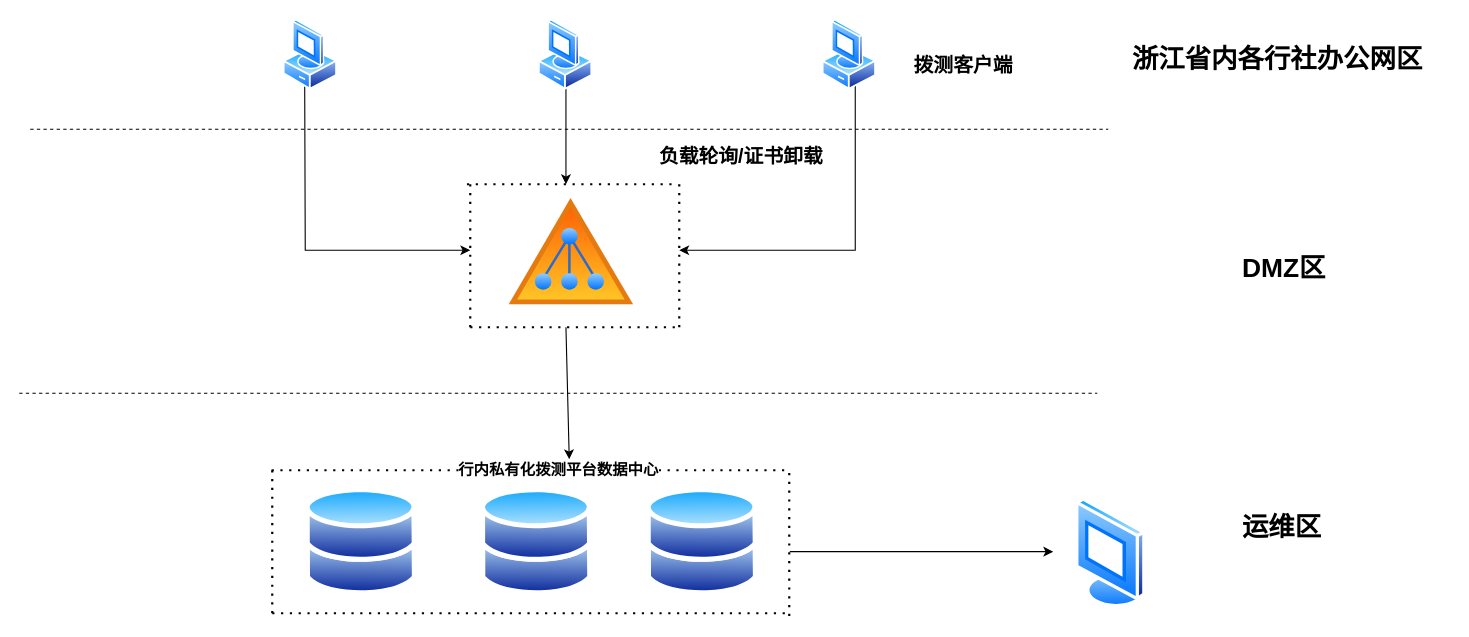
Earlier version of the draw.io diagram 未命名绘图.drawio (zeng0550/free-programming-books). Source tidied: cells renumbered, new cells numbered last; positions are measured from the earlier drawing's top-left corner, leaving out a move shared by most shapes. Both pictures are drawn from the tidied source at 110%, with x=0, y=0 at pixel (19, 19).
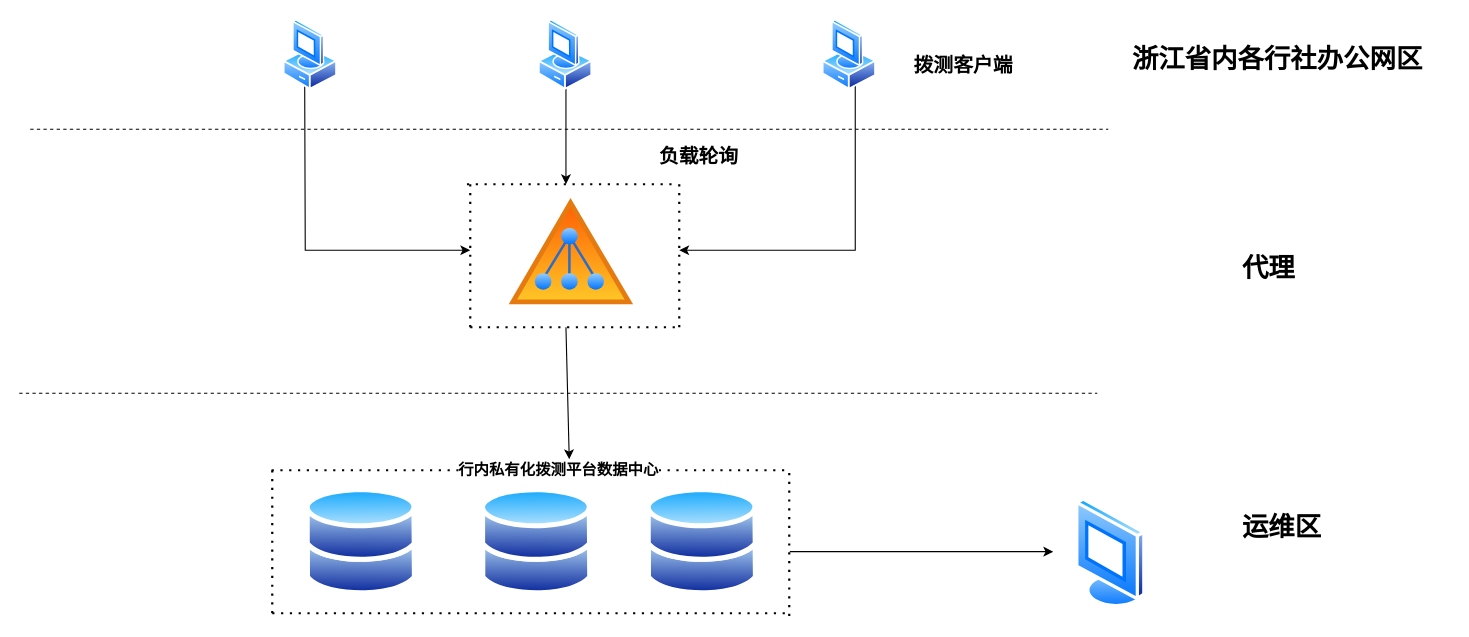
Above is the later version.

Commit message:
浙江农信私有化拨测.drawio

The edit, as a diff of the source:
```diff
@@
-    <mxCell id="3" value="&lt;font style=&quot;font-size: 18px;&quot;&gt;&lt;b style=&quot;&quot;&gt;负载轮询/证书卸载&lt;/b&gt;&lt;/font&gt;" style="text;strokeColor=none;fillColor=none;html=1;whiteSpace=wrap;verticalAlign=middle;overflow=hidden;" parent="1" vertex="1">
+    <mxCell id="3" value="&lt;font style=&quot;font-size: 18px;&quot;&gt;&lt;b style=&quot;&quot;&gt;负载轮询&lt;/b&gt;&lt;/font&gt;" style="text;strokeColor=none;fillColor=none;html=1;whiteSpace=wrap;verticalAlign=middle;overflow=hidden;" parent="1" vertex="1">
       <mxGeometry x="580" y="110" width="180" height="30" as="geometry" />
     </mxCell>
@@
-    <mxCell id="8" value="&lt;h1&gt;DMZ区&lt;/h1&gt;" style="text;whiteSpace=wrap;html=1;" parent="1" vertex="1">
+    <mxCell id="8" value="&lt;h1&gt;代理&lt;/h1&gt;" style="text;whiteSpace=wrap;html=1;" parent="1" vertex="1">
       <mxGeometry x="1110" y="190" width="90" height="60" as="geometry" />
     </mxCell>
```
